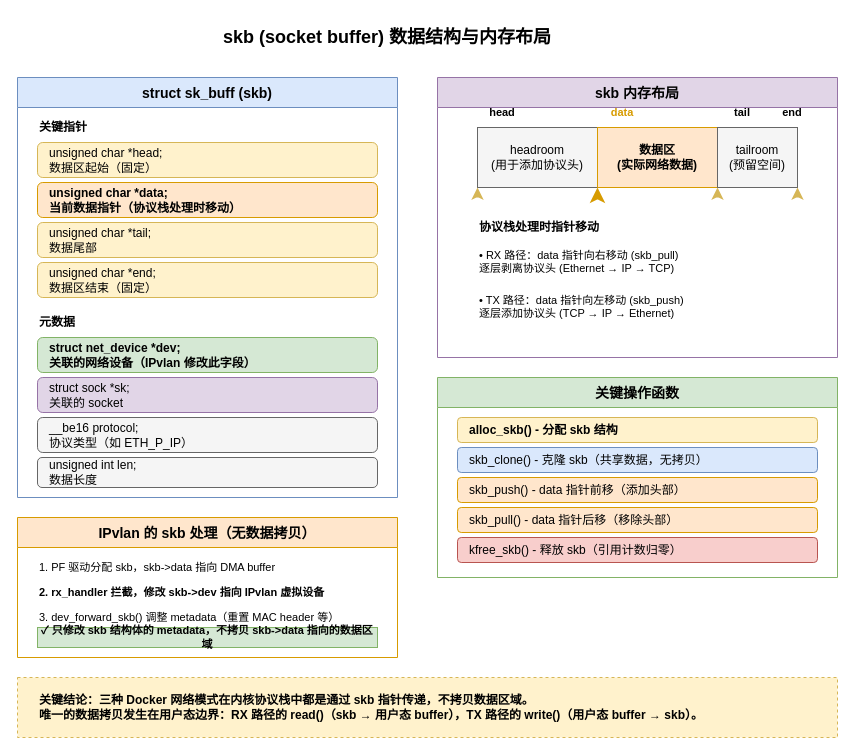
Earlier version of the draw.io diagram diagrams/skb-structure.drawio (fsqHub/docker-sriov-plugin). Source tidied: cells renumbered, new cells numbered last; positions are measured from the earlier drawing's top-left corner, leaving out a move shared by most shapes. Both pictures are drawn from the tidied source at 100%, with x=0, y=0 at pixel (17, 17).
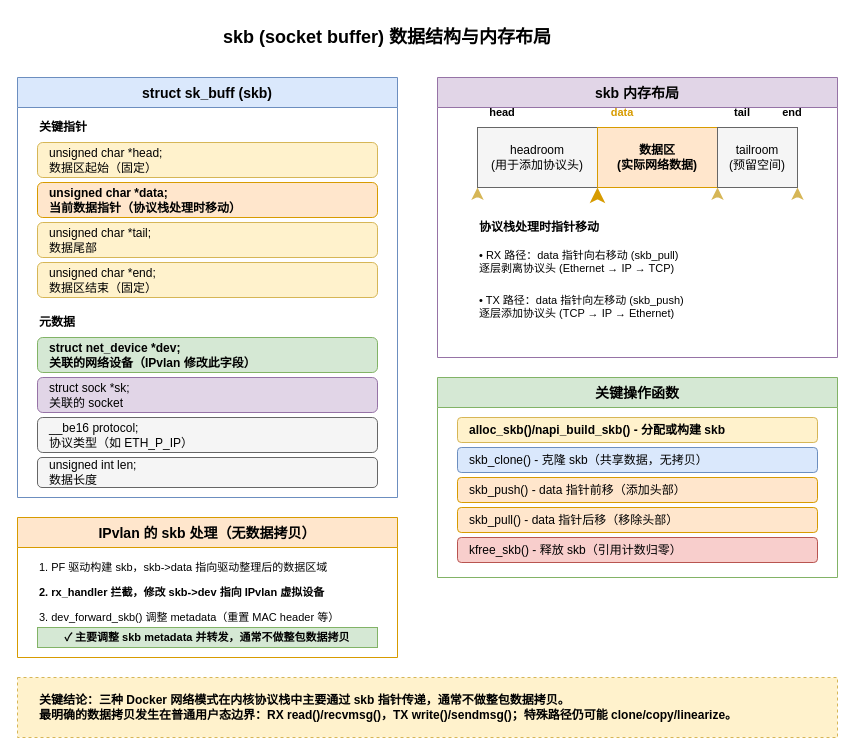
Above is the later version.

Unchanged cells that the change refers to:
```xml
<mxCell id="29" value="关键操作函数" style="swimlane;startSize=30;fillColor=#d5e8d4;strokeColor=#82b366;fontStyle=1;fontSize=14;" parent="1" vertex="1">
  <mxGeometry x="420" y="360" width="400" height="200" as="geometry" />
</mxCell>
<mxCell id="35" value="IPvlan 的 skb 处理（无数据拷贝）" style="swimlane;startSize=30;fillColor=#ffe6cc;strokeColor=#d79b00;fontStyle=1;fontSize=14;" parent="1" vertex="1">
  <mxGeometry y="500" width="380" height="140" as="geometry" />
</mxCell>
```

Change to the diagram source:
```diff
@@
-    <mxCell id="30" value="alloc_skb() - 分配 skb 结构" style="rounded=1;whiteSpace=wrap;html=1;fillColor=#fff2cc;strokeColor=#d6b656;align=left;spacingLeft=10;fontStyle=1;" parent="29" vertex="1">
+    <mxCell id="30" value="alloc_skb()/napi_build_skb() - 分配或构建 skb" style="rounded=1;whiteSpace=wrap;html=1;fillColor=#fff2cc;strokeColor=#d6b656;align=left;spacingLeft=10;fontStyle=1;" parent="29" vertex="1">
       <mxGeometry x="20" y="40" width="360" height="25" as="geometry" />
     </mxCell>
@@
-    <mxCell id="36" value="1. PF 驱动分配 skb，skb-&gt;data 指向 DMA buffer" style="text;html=1;strokeColor=none;fillColor=none;align=left;verticalAlign=middle;whiteSpace=wrap;fontSize=11;" parent="35" vertex="1">
+    <mxCell id="36" value="1. PF 驱动构建 skb，skb-&gt;data 指向驱动整理后的数据区域" style="text;html=1;strokeColor=none;fillColor=none;align=left;verticalAlign=middle;whiteSpace=wrap;fontSize=11;" parent="35" vertex="1">
       <mxGeometry x="20" y="40" width="340" height="20" as="geometry" />
     </mxCell>
@@
-    <mxCell id="39" value="✓ 只修改 skb 结构体的 metadata，不拷贝 skb-&gt;data 指向的数据区域" style="text;html=1;strokeColor=#82b366;fillColor=#d5e8d4;align=center;verticalAlign=middle;whiteSpace=wrap;fontSize=11;fontStyle=1;" parent="35" vertex="1">
+    <mxCell id="39" value="✓ 主要调整 skb metadata 并转发，通常不做整包数据拷贝" style="text;html=1;strokeColor=#82b366;fillColor=#d5e8d4;align=center;verticalAlign=middle;whiteSpace=wrap;fontSize=11;fontStyle=1;" parent="35" vertex="1">
       <mxGeometry x="20" y="110" width="340" height="20" as="geometry" />
     </mxCell>
@@
-    <mxCell id="41" value="关键结论：三种 Docker 网络模式在内核协议栈中都是通过 skb 指针传递，不拷贝数据区域。&#10;唯一的数据拷贝发生在用户态边界：RX 路径的 read()（skb → 用户态 buffer），TX 路径的 write()（用户态 buffer → skb）。" style="text;html=1;strokeColor=none;fillColor=none;align=left;verticalAlign=middle;whiteSpace=wrap;fontSize=12;fontStyle=1;" parent="1" vertex="1">
+    <mxCell id="41" value="关键结论：三种 Docker 网络模式在内核协议栈中主要通过 skb 指针传递，通常不做整包数据拷贝。&#10;最明确的数据拷贝发生在普通用户态边界：RX read()/recvmsg()，TX write()/sendmsg()；特殊路径仍可能 clone/copy/linearize。" style="text;html=1;strokeColor=none;fillColor=none;align=left;verticalAlign=middle;whiteSpace=wrap;fontSize=12;fontStyle=1;" parent="1" vertex="1">
       <mxGeometry x="20" y="670" width="780" height="40" as="geometry" />
     </mxCell>
```
